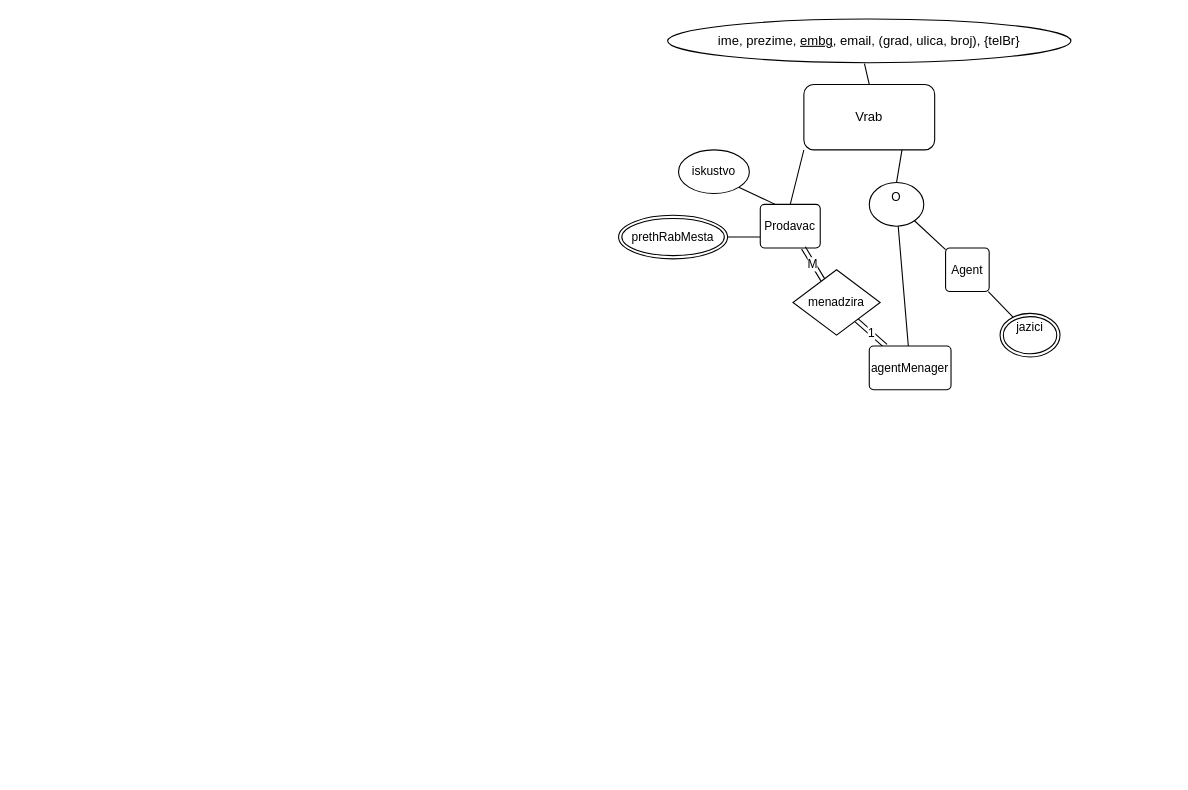
Above: Bazi na podatoci/vezba4.drawio in marin-o/Finki (draw.io), before the change. Source tidied: cells renumbered, new cells numbered last; positions are measured from the earlier drawing's top-left corner, leaving out a move shared by most shapes. Both pictures are drawn from the tidied source at 109%, with x=0, y=0 at pixel (618, 19).
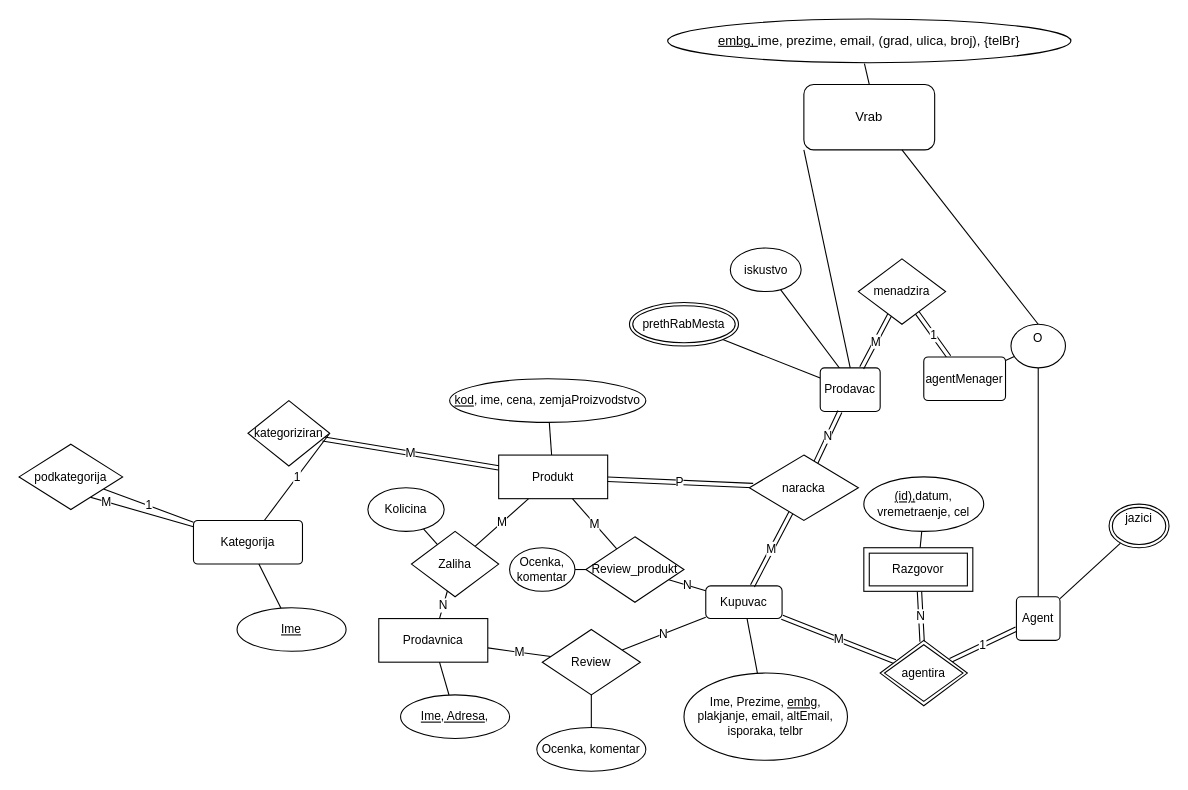
The same page after the edit.

What changed in the source:
```diff
@@
-    <mxCell id="3" value="ime, prezime, &lt;u&gt;embg&lt;/u&gt;, email, (grad, ulica, broj), {telBr}" style="ellipse;whiteSpace=wrap;html=1;align=center;" parent="1" vertex="1">
+    <mxCell id="3" value=" &lt;u&gt;embg, &lt;/u&gt;ime, prezime, email, (grad, ulica, broj), {telBr}" style="ellipse;whiteSpace=wrap;html=1;align=center;" parent="1" vertex="1">
       <mxGeometry x="45" width="370" height="40" as="geometry" />
     </mxCell>
@@
     <mxCell id="9" value="&lt;div&gt;O&lt;/div&gt;&lt;div&gt;&lt;br&gt;&lt;/div&gt;" style="ellipse;whiteSpace=wrap;html=1;fontFamily=Helvetica;fontSize=11;fontColor=default;" parent="1" vertex="1">
-      <mxGeometry x="230" y="150" width="50" height="40" as="geometry" />
+      <mxGeometry x="360" y="280" width="50" height="40" as="geometry" />
     </mxCell>
@@
+    <mxCell id="22" value="1" style="edgeStyle=none;shape=link;rounded=0;jettySize=auto;html=1;labelBackgroundColor=default;strokeColor=default;align=center;verticalAlign=middle;fontFamily=Helvetica;fontSize=11;fontColor=default;endArrow=none;endFill=0;" parent="1" edge="1" source="11" target="53">
+      <mxGeometry relative="1" as="geometry" />
+    </mxCell>
     <mxCell id="11" value="Agent" style="rounded=1;arcSize=10;whiteSpace=wrap;html=1;align=center;fontFamily=Helvetica;fontSize=11;fontColor=default;" parent="1" vertex="1">
-      <mxGeometry x="300" y="210" width="40" height="40" as="geometry" />
+      <mxGeometry x="365" y="530" width="40" height="40" as="geometry" />
     </mxCell>
@@
     <mxCell id="13" value="agentMenager" style="rounded=1;arcSize=10;whiteSpace=wrap;html=1;align=center;fontFamily=Helvetica;fontSize=11;fontColor=default;" parent="1" vertex="1">
-      <mxGeometry x="230" y="300" width="75" height="40" as="geometry" />
+      <mxGeometry x="280" y="310" width="75" height="40" as="geometry" />
     </mxCell>
-    <mxCell id="14" style="edgeStyle=none;shape=connector;rounded=0;jettySize=auto;html=1;exitX=0.25;exitY=0;exitDx=0;exitDy=0;entryX=1;entryY=1;entryDx=0;entryDy=0;labelBackgroundColor=default;strokeColor=default;align=center;verticalAlign=middle;fontFamily=Helvetica;fontSize=11;fontColor=default;endArrow=none;endFill=0;" parent="1" edge="1" source="16" target="17">
-      <mxGeometry relative="1" as="geometry" />
+    <mxCell id="14" style="edgeStyle=none;shape=connector;rounded=0;jettySize=auto;html=1;labelBackgroundColor=default;strokeColor=default;align=center;verticalAlign=middle;fontFamily=Helvetica;fontSize=11;fontColor=default;endArrow=none;endFill=0;" parent="1" edge="1" target="17">
+      <mxGeometry relative="1" as="geometry">
+        <mxPoint x="210" y="330" as="sourcePoint" />
+      </mxGeometry>
     </mxCell>
-    <mxCell id="15" style="edgeStyle=none;shape=connector;rounded=0;jettySize=auto;html=1;exitX=0;exitY=0.75;exitDx=0;exitDy=0;entryX=1;entryY=0.5;entryDx=0;entryDy=0;labelBackgroundColor=default;strokeColor=default;align=center;verticalAlign=middle;fontFamily=Helvetica;fontSize=11;fontColor=default;endArrow=none;endFill=0;" parent="1" edge="1" source="16" target="18">
+    <mxCell id="15" style="edgeStyle=none;shape=connector;rounded=0;jettySize=auto;html=1;labelBackgroundColor=default;strokeColor=default;align=center;verticalAlign=middle;fontFamily=Helvetica;fontSize=11;fontColor=default;endArrow=none;endFill=0;" parent="1" edge="1" source="16" target="18">
       <mxGeometry relative="1" as="geometry" />
     </mxCell>
     <mxCell id="16" value="Prodavac" style="rounded=1;arcSize=10;whiteSpace=wrap;html=1;align=center;fontFamily=Helvetica;fontSize=11;fontColor=default;" parent="1" vertex="1">
-      <mxGeometry x="130" y="170" width="55" height="40" as="geometry" />
+      <mxGeometry x="185" y="320" width="55" height="40" as="geometry" />
     </mxCell>
     <mxCell id="17" value="iskustvo" style="ellipse;whiteSpace=wrap;html=1;align=center;fontFamily=Helvetica;fontSize=11;fontColor=default;" parent="1" vertex="1">
-      <mxGeometry x="55" y="120" width="65" height="40" as="geometry" />
+      <mxGeometry x="102.5" y="210" width="65" height="40" as="geometry" />
     </mxCell>
     <mxCell id="18" value="prethRabMesta" style="ellipse;shape=doubleEllipse;margin=3;whiteSpace=wrap;html=1;align=center;fontFamily=Helvetica;fontSize=11;fontColor=default;" parent="1" vertex="1">
-      <mxGeometry y="180" width="100" height="40" as="geometry" />
+      <mxGeometry x="10" y="260" width="100" height="40" as="geometry" />
     </mxCell>
     <mxCell id="19" value="&lt;div&gt;jazici&lt;/div&gt;&lt;div&gt;&lt;br&gt;&lt;/div&gt;" style="ellipse;shape=doubleEllipse;margin=3;whiteSpace=wrap;html=1;align=center;fontFamily=Helvetica;fontSize=11;fontColor=default;" parent="1" vertex="1">
-      <mxGeometry x="350" y="270" width="55" height="40" as="geometry" />
+      <mxGeometry x="450" y="445" width="55" height="40" as="geometry" />
     </mxCell>
     <mxCell id="20" value="menadzira" style="shape=rhombus;perimeter=rhombusPerimeter;whiteSpace=wrap;html=1;align=center;fontFamily=Helvetica;fontSize=11;fontColor=default;" parent="1" vertex="1">
-      <mxGeometry x="160" y="230" width="80" height="60" as="geometry" />
+      <mxGeometry x="220" y="220" width="80" height="60" as="geometry" />
     </mxCell>
@@
+    <mxCell id="23" style="edgeStyle=none;shape=connector;rounded=0;jettySize=auto;html=1;labelBackgroundColor=default;strokeColor=default;align=center;verticalAlign=middle;fontFamily=Helvetica;fontSize=11;fontColor=default;endArrow=none;endFill=0;" parent="1" edge="1" source="25" target="26">
+      <mxGeometry relative="1" as="geometry" />
+    </mxCell>
+    <mxCell id="24" value="M" style="edgeStyle=none;rounded=0;jettySize=auto;html=1;labelBackgroundColor=default;strokeColor=default;align=center;verticalAlign=middle;fontFamily=Helvetica;fontSize=11;fontColor=default;endArrow=none;endFill=0;" parent="1" edge="1" source="25" target="33">
+      <mxGeometry relative="1" as="geometry" />
+    </mxCell>
+    <mxCell id="25" value="&lt;div&gt;Produkt&lt;/div&gt;" style="whiteSpace=wrap;html=1;align=center;fontFamily=Helvetica;fontSize=11;fontColor=default;" parent="1" vertex="1">
+      <mxGeometry x="-110" y="400" width="100" height="40" as="geometry" />
+    </mxCell>
+    <mxCell id="26" value="&lt;u&gt;kod&lt;/u&gt;, ime, cena, zemjaProizvodstvo" style="ellipse;whiteSpace=wrap;html=1;align=center;fontFamily=Helvetica;fontSize=11;fontColor=default;" parent="1" vertex="1">
+      <mxGeometry x="-155" y="330" width="180" height="40" as="geometry" />
+    </mxCell>
+    <mxCell id="27" value="N" style="edgeStyle=none;shape=connector;rounded=0;jettySize=auto;html=1;labelBackgroundColor=default;strokeColor=default;align=center;verticalAlign=middle;fontFamily=Helvetica;fontSize=11;fontColor=default;endArrow=none;endFill=0;" parent="1" edge="1" source="29" target="33">
+      <mxGeometry relative="1" as="geometry" />
+    </mxCell>
+    <mxCell id="28" value="M" style="edgeStyle=none;shape=connector;rounded=0;jettySize=auto;html=1;labelBackgroundColor=default;strokeColor=default;align=center;verticalAlign=middle;fontFamily=Helvetica;fontSize=11;fontColor=default;endArrow=none;endFill=0;" parent="1" edge="1" source="29" target="59">
+      <mxGeometry relative="1" as="geometry" />
+    </mxCell>
+    <mxCell id="29" value="Prodavnica" style="whiteSpace=wrap;html=1;align=center;fontFamily=Helvetica;fontSize=11;fontColor=default;" parent="1" vertex="1">
+      <mxGeometry x="-220" y="550" width="100" height="40" as="geometry" />
+    </mxCell>
+    <mxCell id="30" style="edgeStyle=none;shape=connector;rounded=0;jettySize=auto;html=1;labelBackgroundColor=default;strokeColor=default;align=center;verticalAlign=middle;fontFamily=Helvetica;fontSize=11;fontColor=default;endArrow=none;endFill=0;" parent="1" edge="1" source="31" target="29">
+      <mxGeometry relative="1" as="geometry" />
+    </mxCell>
+    <mxCell id="31" value="&lt;u&gt;Ime, Adresa&lt;/u&gt;, " style="ellipse;whiteSpace=wrap;html=1;align=center;fontFamily=Helvetica;fontSize=11;fontColor=default;" parent="1" vertex="1">
+      <mxGeometry x="-200" y="620" width="100" height="40" as="geometry" />
+    </mxCell>
+    <mxCell id="32" style="edgeStyle=none;shape=connector;rounded=0;jettySize=auto;html=1;labelBackgroundColor=default;strokeColor=default;align=center;verticalAlign=middle;fontFamily=Helvetica;fontSize=11;fontColor=default;endArrow=none;endFill=0;" parent="1" edge="1" source="33" target="34">
+      <mxGeometry relative="1" as="geometry" />
+    </mxCell>
+    <mxCell id="33" value="Zaliha" style="shape=rhombus;perimeter=rhombusPerimeter;whiteSpace=wrap;html=1;align=center;fontFamily=Helvetica;fontSize=11;fontColor=default;" parent="1" vertex="1">
+      <mxGeometry x="-190" y="470" width="80" height="60" as="geometry" />
+    </mxCell>
+    <mxCell id="34" value="Kolicina" style="ellipse;whiteSpace=wrap;html=1;align=center;fontFamily=Helvetica;fontSize=11;fontColor=default;" parent="1" vertex="1">
+      <mxGeometry x="-230" y="430" width="70" height="40" as="geometry" />
+    </mxCell>
+    <mxCell id="35" value="1" style="edgeStyle=none;shape=connector;rounded=0;jettySize=auto;html=1;labelBackgroundColor=default;strokeColor=default;align=center;verticalAlign=middle;fontFamily=Helvetica;fontSize=11;fontColor=default;endArrow=none;endFill=0;" parent="1" edge="1" source="36" target="40">
+      <mxGeometry relative="1" as="geometry" />
+    </mxCell>
+    <mxCell id="36" value="Kategorija" style="rounded=1;arcSize=10;whiteSpace=wrap;html=1;align=center;fontFamily=Helvetica;fontSize=11;fontColor=default;" parent="1" vertex="1">
+      <mxGeometry x="-390" y="460" width="100" height="40" as="geometry" />
+    </mxCell>
+    <mxCell id="37" value="&lt;u&gt;Ime&lt;/u&gt;" style="ellipse;whiteSpace=wrap;html=1;align=center;fontFamily=Helvetica;fontSize=11;fontColor=default;" parent="1" vertex="1">
+      <mxGeometry x="-350" y="540" width="100" height="40" as="geometry" />
+    </mxCell>
+    <mxCell id="38" style="edgeStyle=none;shape=connector;rounded=0;jettySize=auto;html=1;labelBackgroundColor=default;strokeColor=default;align=center;verticalAlign=middle;fontFamily=Helvetica;fontSize=11;fontColor=default;endArrow=none;endFill=0;" parent="1" edge="1" source="37" target="36">
+      <mxGeometry relative="1" as="geometry" />
+    </mxCell>
+    <mxCell id="39" value="M" style="edgeStyle=none;shape=connector;rounded=0;jettySize=auto;html=1;exitX=0;exitY=0.5;exitDx=0;exitDy=0;labelBackgroundColor=default;strokeColor=default;align=center;verticalAlign=middle;fontFamily=Helvetica;fontSize=11;fontColor=default;endArrow=none;endFill=0;" parent="1" edge="1" source="40" target="36">
+      <mxGeometry relative="1" as="geometry" />
+    </mxCell>
+    <mxCell id="40" value="podkategorija" style="shape=rhombus;perimeter=rhombusPerimeter;whiteSpace=wrap;html=1;align=center;fontFamily=Helvetica;fontSize=11;fontColor=default;" parent="1" vertex="1">
+      <mxGeometry x="-550" y="390" width="95" height="60" as="geometry" />
+    </mxCell>
+    <mxCell id="41" value="1" style="edgeStyle=none;rounded=0;jettySize=auto;html=1;exitX=1;exitY=0.5;exitDx=0;exitDy=0;labelBackgroundColor=default;strokeColor=default;align=center;verticalAlign=middle;fontFamily=Helvetica;fontSize=11;fontColor=default;endArrow=none;endFill=0;" parent="1" edge="1" source="43" target="36">
+      <mxGeometry x="-0.01" relative="1" as="geometry" />
+    </mxCell>
+    <mxCell id="42" value="M" style="edgeStyle=none;shape=link;rounded=0;jettySize=auto;html=1;labelBackgroundColor=default;strokeColor=default;align=center;verticalAlign=middle;fontFamily=Helvetica;fontSize=11;fontColor=default;endArrow=none;endFill=0;" parent="1" edge="1" source="43" target="25">
+      <mxGeometry relative="1" as="geometry" />
+    </mxCell>
+    <mxCell id="43" value="kategoriziran" style="shape=rhombus;perimeter=rhombusPerimeter;whiteSpace=wrap;html=1;align=center;fontFamily=Helvetica;fontSize=11;fontColor=default;" parent="1" vertex="1">
+      <mxGeometry x="-340" y="350" width="75" height="60" as="geometry" />
+    </mxCell>
+    <mxCell id="44" style="edgeStyle=none;shape=connector;rounded=0;orthogonalLoop=1;jettySize=auto;html=1;exitX=1;exitY=0.5;exitDx=0;exitDy=0;labelBackgroundColor=default;strokeColor=default;align=center;verticalAlign=middle;fontFamily=Helvetica;fontSize=11;fontColor=default;endArrow=none;endFill=0;" parent="1" edge="1" source="43" target="43">
+      <mxGeometry relative="1" as="geometry" />
+    </mxCell>
+    <mxCell id="45" style="edgeStyle=none;shape=connector;rounded=0;jettySize=auto;html=1;labelBackgroundColor=default;strokeColor=default;align=center;verticalAlign=middle;fontFamily=Helvetica;fontSize=11;fontColor=default;endArrow=none;endFill=0;" parent="1" edge="1" source="46" target="47">
+      <mxGeometry relative="1" as="geometry" />
+    </mxCell>
+    <mxCell id="46" value="Kupuvac" style="rounded=1;whiteSpace=wrap;html=1;fontFamily=Helvetica;fontSize=11;fontColor=default;" parent="1" vertex="1">
+      <mxGeometry x="80" y="520" width="70" height="30" as="geometry" />
+    </mxCell>
+    <mxCell id="47" value="Ime, Prezime, &lt;u&gt;embg&lt;/u&gt;, plakjanje, email, altEmail, isporaka, telbr" style="ellipse;whiteSpace=wrap;html=1;align=center;fontFamily=Helvetica;fontSize=11;fontColor=default;" parent="1" vertex="1">
+      <mxGeometry x="60" y="600" width="150" height="80" as="geometry" />
+    </mxCell>
+    <mxCell id="48" value="N" style="edgeStyle=none;shape=link;rounded=0;jettySize=auto;html=1;labelBackgroundColor=default;strokeColor=default;align=center;verticalAlign=middle;fontFamily=Helvetica;fontSize=11;fontColor=default;endArrow=none;endFill=0;" parent="1" edge="1" source="51" target="16">
+      <mxGeometry relative="1" as="geometry" />
+    </mxCell>
+    <mxCell id="49" value="P" style="edgeStyle=none;shape=link;rounded=0;jettySize=auto;html=1;labelBackgroundColor=default;strokeColor=default;align=center;verticalAlign=middle;fontFamily=Helvetica;fontSize=11;fontColor=default;endArrow=none;endFill=0;" parent="1" edge="1" source="51" target="25">
+      <mxGeometry relative="1" as="geometry" />
+    </mxCell>
+    <mxCell id="50" value="M" style="edgeStyle=none;shape=link;rounded=0;jettySize=auto;html=1;labelBackgroundColor=default;strokeColor=default;align=center;verticalAlign=middle;fontFamily=Helvetica;fontSize=11;fontColor=default;endArrow=none;endFill=0;" parent="1" edge="1" source="51" target="46">
+      <mxGeometry relative="1" as="geometry" />
+    </mxCell>
+    <mxCell id="51" value="naracka" style="shape=rhombus;perimeter=rhombusPerimeter;whiteSpace=wrap;html=1;align=center;fontFamily=Helvetica;fontSize=11;fontColor=default;" parent="1" vertex="1">
+      <mxGeometry x="120" y="400" width="100" height="60" as="geometry" />
+    </mxCell>
+    <mxCell id="52" value="M" style="edgeStyle=none;shape=link;rounded=0;jettySize=auto;html=1;labelBackgroundColor=default;strokeColor=default;align=center;verticalAlign=middle;fontFamily=Helvetica;fontSize=11;fontColor=default;endArrow=none;endFill=0;" parent="1" edge="1" source="53" target="46">
+      <mxGeometry relative="1" as="geometry" />
+    </mxCell>
+    <mxCell id="53" value="agentira" style="shape=rhombus;perimeter=rhombusPerimeter;whiteSpace=wrap;html=1;align=center;fontFamily=Helvetica;fontSize=11;fontColor=default;double=1;" parent="1" vertex="1">
+      <mxGeometry x="240" y="570" width="80" height="60" as="geometry" />
+    </mxCell>
+    <mxCell id="54" value="N" style="edgeStyle=none;shape=link;rounded=0;jettySize=auto;html=1;labelBackgroundColor=default;strokeColor=default;align=center;verticalAlign=middle;fontFamily=Helvetica;fontSize=11;fontColor=default;endArrow=none;endFill=0;" parent="1" edge="1" source="55" target="53">
+      <mxGeometry relative="1" as="geometry" />
+    </mxCell>
+    <mxCell id="55" value="Razgovor" style="shape=ext;margin=3;double=1;whiteSpace=wrap;html=1;align=center;fontFamily=Helvetica;fontSize=11;fontColor=default;" parent="1" vertex="1">
+      <mxGeometry x="225" y="485" width="100" height="40" as="geometry" />
+    </mxCell>
+    <mxCell id="56" style="edgeStyle=none;shape=connector;rounded=0;jettySize=auto;html=1;labelBackgroundColor=default;strokeColor=default;align=center;verticalAlign=middle;fontFamily=Helvetica;fontSize=11;fontColor=default;endArrow=none;endFill=0;" parent="1" edge="1" source="57" target="55">
+      <mxGeometry relative="1" as="geometry" />
+    </mxCell>
+    <mxCell id="57" value="&lt;u&gt;(id),&lt;/u&gt;datum, vremetraenje, cel" style="ellipse;whiteSpace=wrap;html=1;align=center;fontFamily=Helvetica;fontSize=11;fontColor=default;" parent="1" vertex="1">
+      <mxGeometry x="225" y="420" width="110" height="50" as="geometry" />
+    </mxCell>
+    <mxCell id="58" value="N" style="edgeStyle=none;shape=connector;rounded=0;jettySize=auto;html=1;labelBackgroundColor=default;strokeColor=default;align=center;verticalAlign=middle;fontFamily=Helvetica;fontSize=11;fontColor=default;endArrow=none;endFill=0;" parent="1" edge="1" source="59" target="46">
+      <mxGeometry relative="1" as="geometry" />
+    </mxCell>
+    <mxCell id="59" value="Review" style="shape=rhombus;perimeter=rhombusPerimeter;whiteSpace=wrap;html=1;align=center;fontFamily=Helvetica;fontSize=11;fontColor=default;" parent="1" vertex="1">
+      <mxGeometry x="-70" y="560" width="90" height="60" as="geometry" />
+    </mxCell>
+    <mxCell id="60" style="edgeStyle=none;shape=connector;rounded=0;jettySize=auto;html=1;labelBackgroundColor=default;strokeColor=default;align=center;verticalAlign=middle;fontFamily=Helvetica;fontSize=11;fontColor=default;endArrow=none;endFill=0;" parent="1" edge="1" source="61" target="59">
+      <mxGeometry relative="1" as="geometry" />
+    </mxCell>
+    <mxCell id="61" value="Ocenka, komentar" style="ellipse;whiteSpace=wrap;html=1;align=center;fontFamily=Helvetica;fontSize=11;fontColor=default;" parent="1" vertex="1">
+      <mxGeometry x="-75" y="650" width="100" height="40" as="geometry" />
+    </mxCell>
+    <mxCell id="62" value="N" style="edgeStyle=none;shape=connector;rounded=0;jettySize=auto;html=1;labelBackgroundColor=default;strokeColor=default;align=center;verticalAlign=middle;fontFamily=Helvetica;fontSize=11;fontColor=default;endArrow=none;endFill=0;" parent="1" edge="1" source="64" target="46">
+      <mxGeometry relative="1" as="geometry" />
+    </mxCell>
+    <mxCell id="63" value="M" style="edgeStyle=none;shape=connector;rounded=0;jettySize=auto;html=1;labelBackgroundColor=default;strokeColor=default;align=center;verticalAlign=middle;fontFamily=Helvetica;fontSize=11;fontColor=default;endArrow=none;endFill=0;" parent="1" edge="1" source="64" target="25">
+      <mxGeometry relative="1" as="geometry" />
+    </mxCell>
+    <mxCell id="64" value="Review_produkt" style="shape=rhombus;perimeter=rhombusPerimeter;whiteSpace=wrap;html=1;align=center;fontFamily=Helvetica;fontSize=11;fontColor=default;" parent="1" vertex="1">
+      <mxGeometry x="-30" y="475" width="90" height="60" as="geometry" />
+    </mxCell>
+    <mxCell id="65" style="edgeStyle=none;shape=connector;rounded=0;jettySize=auto;html=1;labelBackgroundColor=default;strokeColor=default;align=center;verticalAlign=middle;fontFamily=Helvetica;fontSize=11;fontColor=default;endArrow=none;endFill=0;" parent="1" edge="1" source="66" target="64">
+      <mxGeometry relative="1" as="geometry" />
+    </mxCell>
+    <mxCell id="66" value="Ocenka, komentar" style="ellipse;whiteSpace=wrap;html=1;align=center;fontFamily=Helvetica;fontSize=11;fontColor=default;" parent="1" vertex="1">
+      <mxGeometry x="-100" y="485" width="60" height="40" as="geometry" />
+    </mxCell>
```
